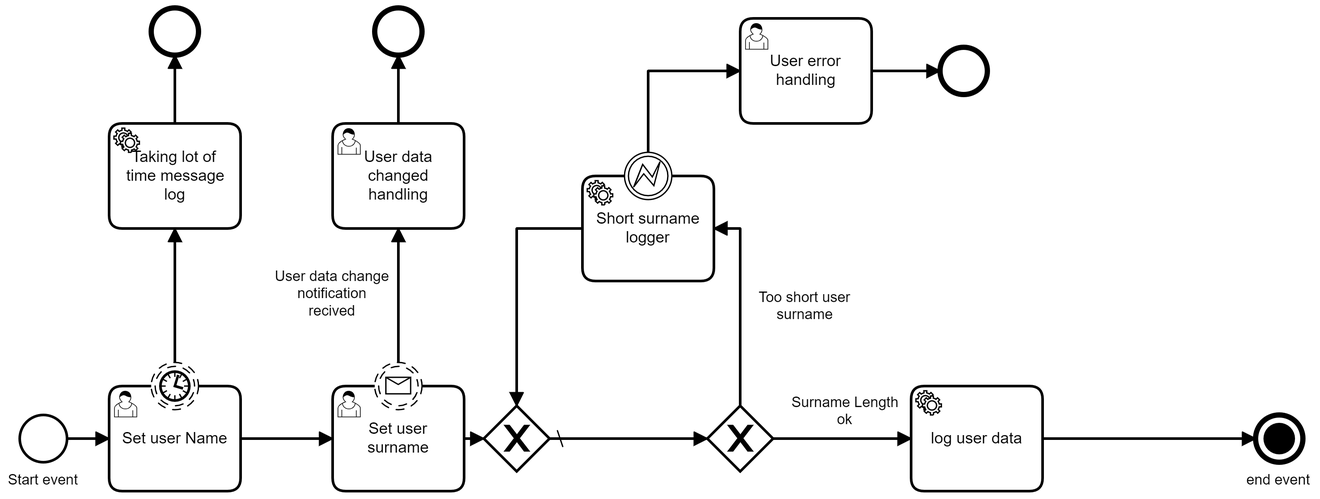
Earlier version of the BPMN export src/main/resources/process.png (Artie821/eduCamunda). Its source is kept beside it as src/main/resources/process.bpmn. Ids are renumbered.
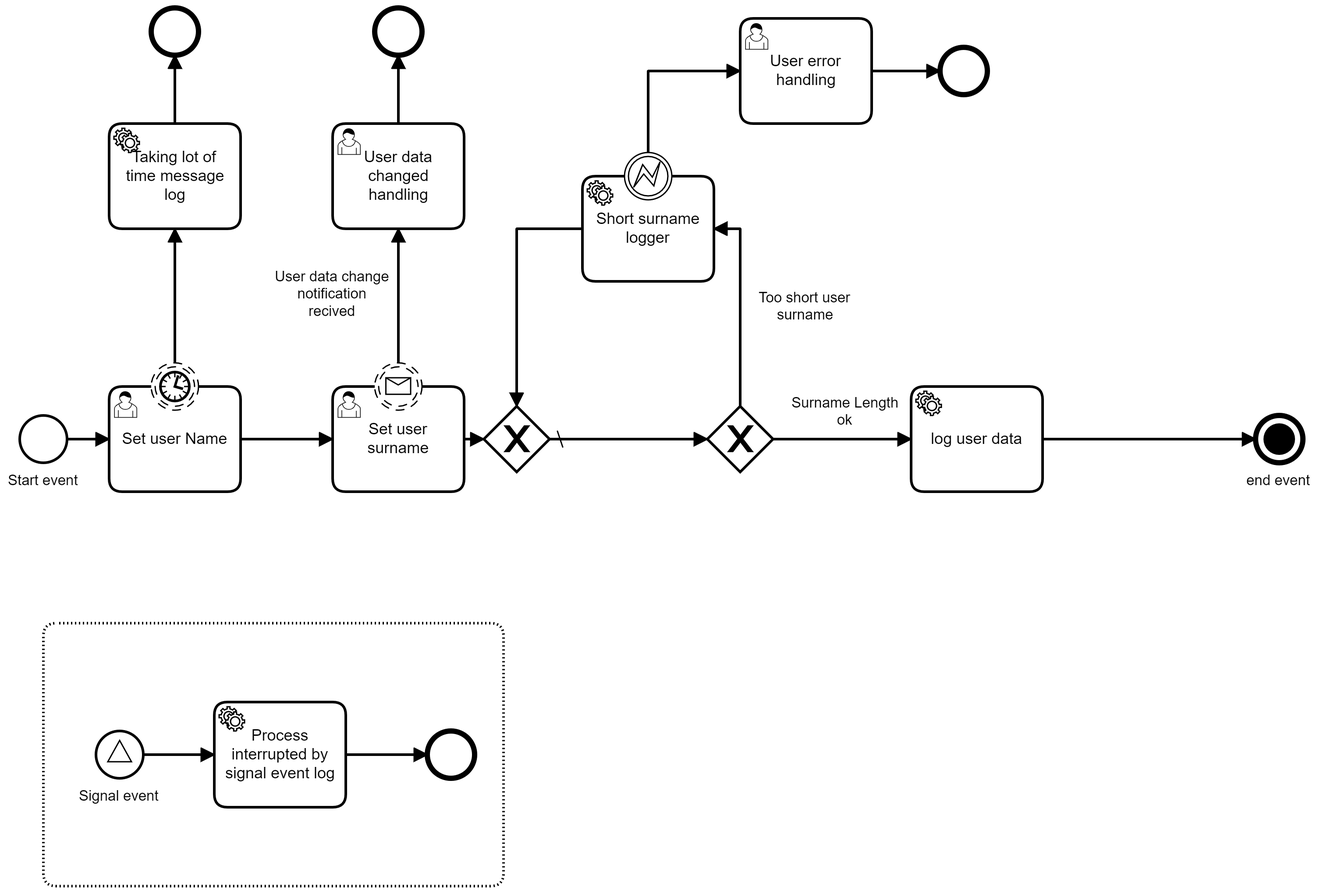
After the change.

Commit message:
signal event added

Change to the diagram source:
```diff
@@ -94,18 +94,48 @@
     <bpmn:userTask id="Activity_n34" name="User data changed handling">
       <bpmn:extensionElements>
         <camunda:formData>
-          <camunda:formField id="name" label="name" type="string" />
+          <camunda:formField id="userName" label="userName" type="string" />
         </camunda:formData>
       </bpmn:extensionElements>
       <bpmn:incoming>Flow_n31</bpmn:incoming>
       <bpmn:outgoing>Flow_n36</bpmn:outgoing>
     </bpmn:userTask>
+    <bpmn:subProcess id="Activity_n39" triggeredByEvent="true">
+      <bpmn:startEvent id="Event_n40" name="Signal event">
+        <bpmn:outgoing>Flow_n41</bpmn:outgoing>
+        <bpmn:signalEventDefinition id="SignalEventDefinition_n42" signalRef="Signal_n43" />
+      </bpmn:startEvent>
+      <bpmn:sequenceFlow id="Flow_n41" sourceRef="Event_n40" targetRef="Activity_n44" />
+      <bpmn:endEvent id="Event_n45">
+        <bpmn:extensionElements>
+          <camunda:executionListener class="com.example.workflow.ActivityStartEndListener" event="end" />
+        </bpmn:extensionElements>
+        <bpmn:incoming>Flow_n46</bpmn:incoming>
+      </bpmn:endEvent>
+      <bpmn:sequenceFlow id="Flow_n46" sourceRef="Activity_n44" targetRef="Event_n45" />
+      <bpmn:serviceTask id="Activity_n44" name="Process interrupted by signal event log" camunda:class="com.example.workflow.SignalInterruptedLog">
+        <bpmn:incoming>Flow_n41</bpmn:incoming>
+        <bpmn:outgoing>Flow_n46</bpmn:outgoing>
+      </bpmn:serviceTask>
+    </bpmn:subProcess>
   </bpmn:process>
   <bpmn:message id="Message_n38" name="DoNotProcessMessage" />
   <bpmn:error id="Error_n26" name="SurnameError" errorCode="SurnameError" />
   <bpmn:message id="Message_n33" name="DataChanged" />
+  <bpmn:signal id="Signal_n43" name="SignalMSG" />
   <bpmndi:BPMNDiagram id="BPMNDiagram_1">
     <bpmndi:BPMNPlane id="BPMNPlane_1" bpmnElement="eduDiagram">
+      <bpmndi:BPMNEdge id="Flow_n36_di" bpmnElement="Flow_n36">
+        <di:waypoint x="420" y="170" />
+        <di:waypoint x="420" y="118" />
+      </bpmndi:BPMNEdge>
+      <bpmndi:BPMNEdge id="Flow_n31_di" bpmnElement="Flow_n31">
+        <di:waypoint x="420" y="352" />
+        <di:waypoint x="420" y="250" />
+        <bpmndi:BPMNLabel>
+          <dc:Bounds x="326" y="280" width="87" height="40" />
+        </bpmndi:BPMNLabel>
+      </bpmndi:BPMNEdge>
       <bpmndi:BPMNEdge id="Flow_n29_di" bpmnElement="Flow_n29">
         <di:waypoint x="780" y="130" />
         <di:waypoint x="832" y="130" />
@@ -163,17 +193,6 @@
         <di:waypoint x="168" y="410" />
         <di:waypoint x="200" y="410" />
       </bpmndi:BPMNEdge>
-      <bpmndi:BPMNEdge id="Flow_n31_di" bpmnElement="Flow_n31">
-        <di:waypoint x="420" y="352" />
-        <di:waypoint x="420" y="250" />
-        <bpmndi:BPMNLabel>
-          <dc:Bounds x="326" y="280" width="87" height="40" />
-        </bpmndi:BPMNLabel>
-      </bpmndi:BPMNEdge>
-      <bpmndi:BPMNEdge id="Flow_n36_di" bpmnElement="Flow_n36">
-        <di:waypoint x="420" y="170" />
-        <di:waypoint x="420" y="118" />
-      </bpmndi:BPMNEdge>
       <bpmndi:BPMNShape id="_BPMNShape_StartEvent_2" bpmnElement="StartEvent_1">
         <dc:Bounds x="132" y="392" width="36" height="36" />
         <bpmndi:BPMNLabel>
@@ -222,6 +241,32 @@
       <bpmndi:BPMNShape id="Activity_0afz0tb_di" bpmnElement="Activity_n34">
         <dc:Bounds x="370" y="170" width="100" height="80" />
       </bpmndi:BPMNShape>
+      <bpmndi:BPMNShape id="Activity_09ff4gz_di" bpmnElement="Activity_n39" isExpanded="true">
+        <dc:Bounds x="150" y="550" width="350" height="200" />
+      </bpmndi:BPMNShape>
+      <bpmndi:BPMNEdge id="Flow_n41_di" bpmnElement="Flow_n41">
+        <di:waypoint x="226" y="650" />
+        <di:waypoint x="280" y="650" />
+      </bpmndi:BPMNEdge>
+      <bpmndi:BPMNEdge id="Flow_n46_di" bpmnElement="Flow_n46">
+        <di:waypoint x="380" y="650" />
+        <di:waypoint x="442" y="650" />
+      </bpmndi:BPMNEdge>
+      <bpmndi:BPMNShape id="Event_0y6k6f3_di" bpmnElement="Event_n40">
+        <dc:Bounds x="190" y="632" width="36" height="36" />
+        <bpmndi:BPMNLabel>
+          <dc:Bounds x="177" y="675" width="62" height="14" />
+        </bpmndi:BPMNLabel>
+      </bpmndi:BPMNShape>
+      <bpmndi:BPMNShape id="Event_n45_di" bpmnElement="Event_n45">
+        <dc:Bounds x="442" y="632" width="36" height="36" />
+      </bpmndi:BPMNShape>
+      <bpmndi:BPMNShape id="Activity_1g4q7n6_di" bpmnElement="Activity_n44">
+        <dc:Bounds x="280" y="610" width="100" height="80" />
+      </bpmndi:BPMNShape>
+      <bpmndi:BPMNShape id="Event_1x5qvlj_di" bpmnElement="Event_n30">
+        <dc:Bounds x="402" y="352" width="36" height="36" />
+      </bpmndi:BPMNShape>
       <bpmndi:BPMNShape id="Event_14ply1j_di" bpmnElement="Event_n23">
         <dc:Bounds x="592" y="192" width="36" height="36" />
       </bpmndi:BPMNShape>
@@ -231,9 +276,6 @@
           <dc:Bounds x="326" y="286" width="87" height="27" />
         </bpmndi:BPMNLabel>
       </bpmndi:BPMNShape>
-      <bpmndi:BPMNShape id="Event_1x5qvlj_di" bpmnElement="Event_n30">
-        <dc:Bounds x="402" y="352" width="36" height="36" />
-      </bpmndi:BPMNShape>
     </bpmndi:BPMNPlane>
   </bpmndi:BPMNDiagram>
 </bpmn:definitions>
```
